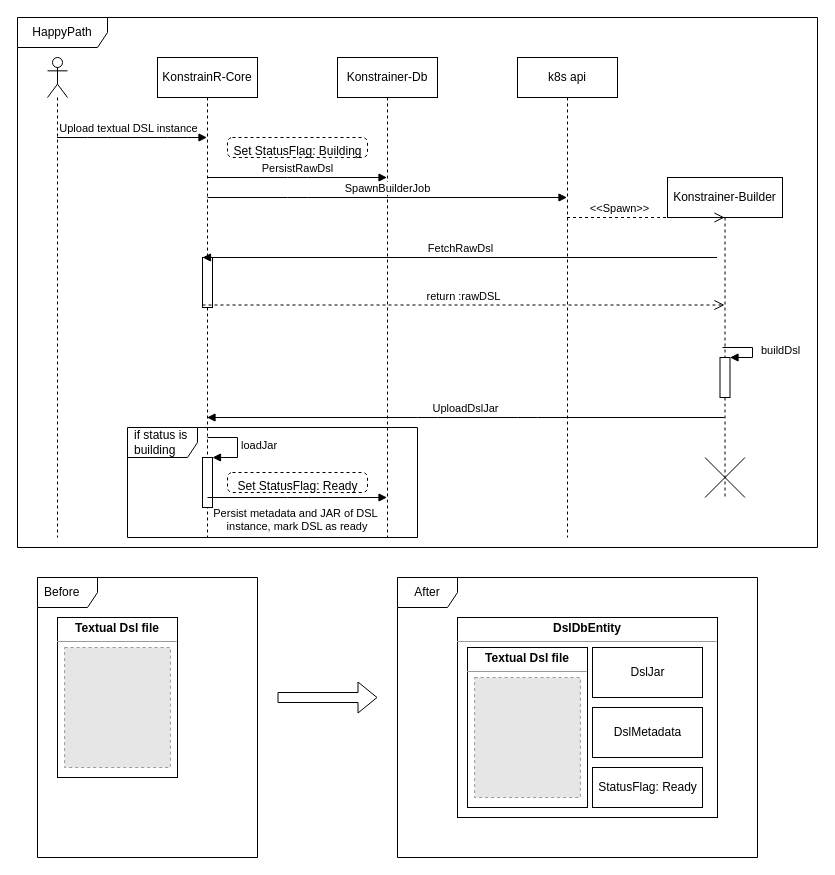
Tiegris/KonstrainR keeps this draw.io diagram as page "Success" (1 of 3) of main/Arch-Plan/dslBuild.drawio. Above is the earlier version. Source tidied: cells renumbered, new cells numbered last; positions are measured from the earlier drawing's top-left corner, leaving out a move shared by most shapes. Both pictures are drawn from the tidied source at 100%, with x=0, y=0 at pixel (17, 17). Pictures stored in the file or linked from it are replaced by grey dashed boxes.
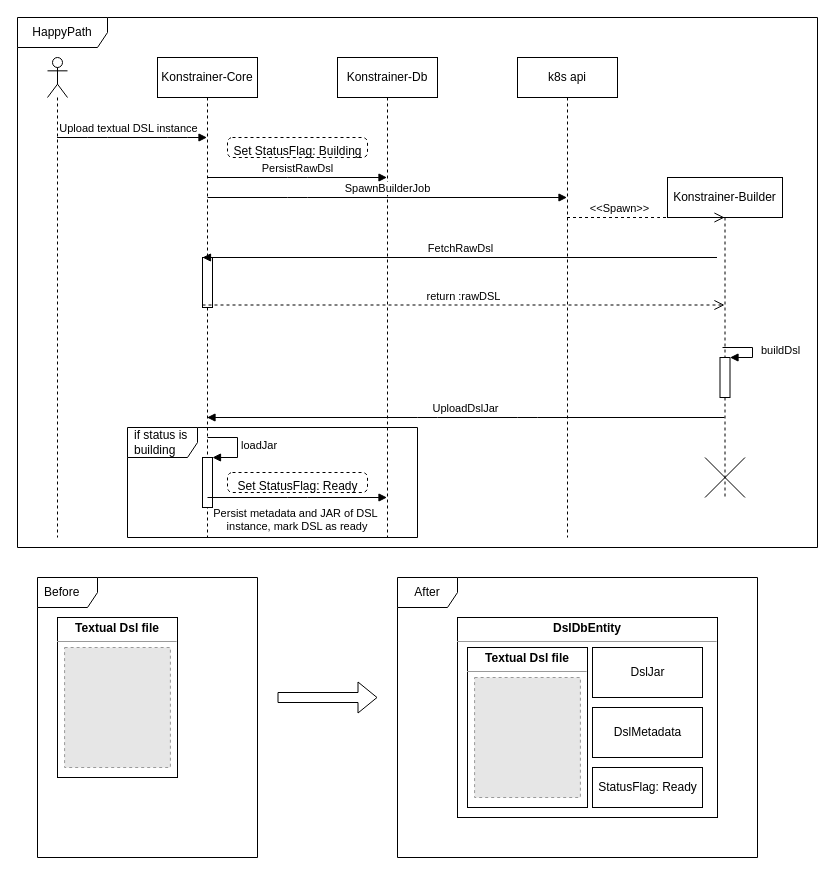
The same page after the edit.

The edit, as a diff of the source:
```diff
@@
-    <mxCell id="5" value="KonstrainR-Core" style="shape=umlLifeline;perimeter=lifelinePerimeter;whiteSpace=wrap;html=1;outlineConnect=0;" parent="1" vertex="1">
+    <mxCell id="5" value="Konstrainer-Core" style="shape=umlLifeline;perimeter=lifelinePerimeter;whiteSpace=wrap;html=1;outlineConnect=0;" parent="1" vertex="1">
       <mxGeometry x="140" y="40" width="100" height="480" as="geometry" />
     </mxCell>
```
